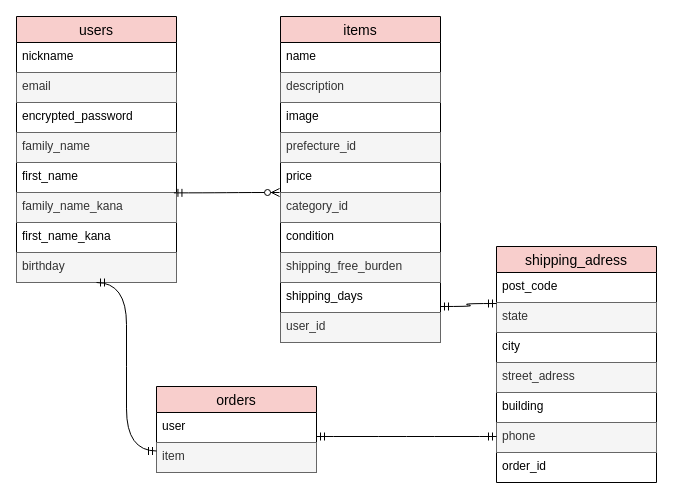
osumi68/furima-40488 keeps this draw.io diagram as Draw.io.dio. Above is the earlier version. Source tidied: cells renumbered, new cells numbered last; positions are measured from the earlier drawing's top-left corner, leaving out a move shared by most shapes. Both pictures are drawn from the tidied source at 100%, with x=0, y=0 at pixel (16, 16).
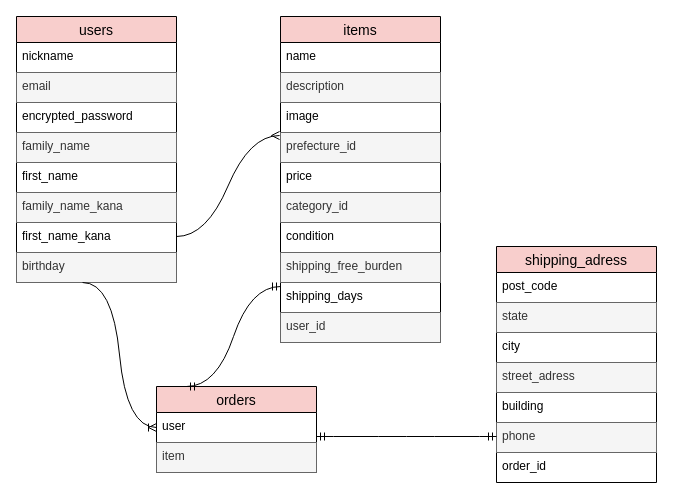
The same page after the edit.

Commit message (it also covers changes not shown here):
データベース設計訂正No1

The change refers to these unchanged cells:
```xml
<mxCell id="2" value="users" style="swimlane;fontStyle=0;horizontal=1;startSize=26;align=center;fontSize=14;strokeColor=#000000;fillColor=#f8cecc;" parent="1" vertex="1">
  <mxGeometry width="160" height="266" as="geometry" />
</mxCell>
<mxCell id="7" value="first_name" style="text;spacingLeft=4;spacingRight=4;overflow=hidden;points=[[0,0.5],[1,0.5]];portConstraint=eastwest;fontSize=12;" parent="2" vertex="1">
  <mxGeometry y="146" width="160" height="30" as="geometry" />
</mxCell>
<mxCell id="10" value="birthday" style="text;strokeColor=#666666;fillColor=#f5f5f5;spacingLeft=4;spacingRight=4;overflow=hidden;points=[[0,0.5],[1,0.5]];portConstraint=eastwest;fontSize=12;fontColor=#333333;" parent="2" vertex="1">
  <mxGeometry y="236" width="160" height="30" as="geometry" />
</mxCell>
<mxCell id="15" value="prefecture_id" style="text;strokeColor=#666666;fillColor=#f5f5f5;spacingLeft=4;spacingRight=4;overflow=hidden;points=[[0,0.5],[1,0.5]];portConstraint=eastwest;fontSize=12;fontColor=#333333;" parent="11" vertex="1">
  <mxGeometry y="116" width="160" height="30" as="geometry" />
</mxCell>
<mxCell id="17" value="category_id" style="text;strokeColor=#666666;fillColor=#f5f5f5;spacingLeft=4;spacingRight=4;overflow=hidden;points=[[0,0.5],[1,0.5]];portConstraint=eastwest;fontSize=12;fontColor=#333333;" parent="11" vertex="1">
  <mxGeometry y="176" width="160" height="30" as="geometry" />
</mxCell>
<mxCell id="30" value="orders" style="swimlane;fontStyle=0;horizontal=1;startSize=26;align=center;fontSize=14;strokeColor=#000000;fillColor=#f8cecc;" parent="1" vertex="1">
  <mxGeometry x="140" y="370" width="160" height="86" as="geometry" />
</mxCell>
<mxCell id="31" value="user" style="text;strokeColor=none;fillColor=none;spacingLeft=4;spacingRight=4;overflow=hidden;points=[[0,0.5],[1,0.5]];portConstraint=eastwest;fontSize=12;" parent="30" vertex="1">
  <mxGeometry y="26" width="160" height="30" as="geometry" />
</mxCell>
```

What changed in the source:
```diff
@@
-    <mxCell id="33" style="edgeStyle=entityRelationEdgeStyle;fontSize=12;html=1;endArrow=ERzeroToMany;startArrow=ERmandOne;curved=1;entryX=-0.006;entryY=0;entryDx=0;entryDy=0;entryPerimeter=0;exitX=0.984;exitY=1.012;exitDx=0;exitDy=0;exitPerimeter=0;" parent="1" edge="1" source="7" target="17">
-      <mxGeometry relative="1" as="geometry" />
-    </mxCell>
-    <mxCell id="34" style="edgeStyle=entityRelationEdgeStyle;fontSize=12;html=1;endArrow=ERmandOne;startArrow=ERmandOne;curved=1;entryX=0;entryY=0.75;entryDx=0;entryDy=0;exitX=0.5;exitY=1;exitDx=0;exitDy=0;" parent="1" edge="1" source="2" target="30">
-      <mxGeometry relative="1" as="geometry" />
-    </mxCell>
@@
-    <mxCell id="36" style="edgeStyle=entityRelationEdgeStyle;fontSize=12;html=1;endArrow=ERmandOne;startArrow=ERmandOne;curved=1;" parent="1" edge="1">
-      <mxGeometry relative="1" as="geometry">
-        <mxPoint x="424" y="290" as="sourcePoint" />
-        <mxPoint x="480" y="287" as="targetPoint" />
-      </mxGeometry>
-    </mxCell>
+    <mxCell id="37" style="edgeStyle=entityRelationEdgeStyle;fontSize=12;html=1;endArrow=ERmandOne;startArrow=ERmandOne;curved=1;" parent="1" edge="1">
+      <mxGeometry relative="1" as="geometry">
+        <mxPoint x="170" y="370" as="sourcePoint" />
+        <mxPoint x="264" y="270" as="targetPoint" />
+      </mxGeometry>
+    </mxCell>
+    <mxCell id="38" style="edgeStyle=entityRelationEdgeStyle;fontSize=12;html=1;endArrow=ERoneToMany;curved=1;entryX=0;entryY=0.5;entryDx=0;entryDy=0;exitX=0.413;exitY=1;exitDx=0;exitDy=0;exitPerimeter=0;" parent="1" edge="1" source="10" target="31">
+      <mxGeometry relative="1" as="geometry" />
+    </mxCell>
+    <mxCell id="39" style="edgeStyle=entityRelationEdgeStyle;fontSize=12;html=1;endArrow=ERmany;curved=1;entryX=-0.006;entryY=0.1;entryDx=0;entryDy=0;entryPerimeter=0;" parent="1" edge="1" target="15">
+      <mxGeometry relative="1" as="geometry">
+        <mxPoint x="160" y="220" as="sourcePoint" />
+      </mxGeometry>
+    </mxCell>
```
